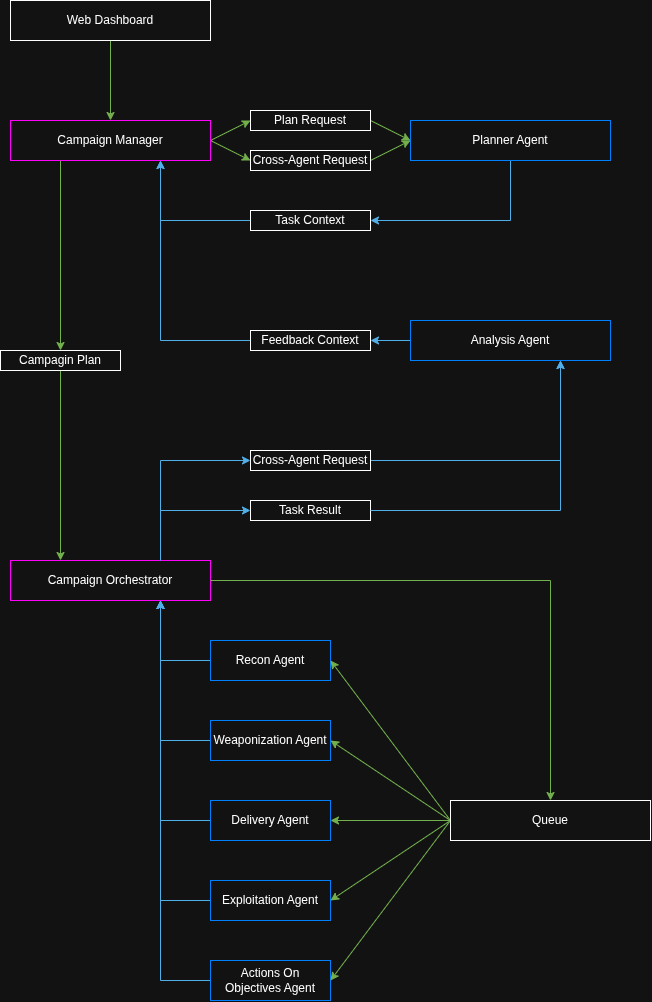
The draw.io diagram rsrc/main_workflow.png in therustymate/ARES, before a commit. Source tidied: cells renumbered, new cells last; positions are measured from the earlier drawing's top-left corner, leaving out a move shared by most shapes.
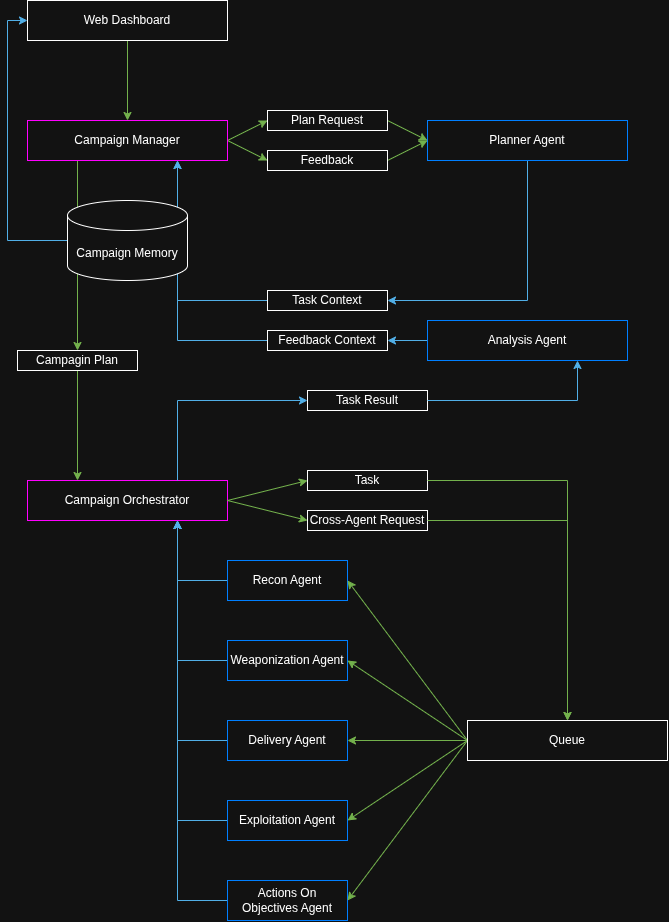
Later version of the same file.

What changed in the source:
```diff
@@ -29,7 +29,7 @@
     <mxCell id="10" style="rounded=0;jettySize=auto;html=1;exitX=1;exitY=0.5;exitDx=0;exitDy=0;entryX=0;entryY=0.5;entryDx=0;entryDy=0;fillColor=#60a917;strokeColor=#2D7600;" parent="1" edge="1" source="11" target="13">
       <mxGeometry relative="1" as="geometry" />
     </mxCell>
-    <mxCell id="11" value="Cross-Agent Request" style="rounded=0;whiteSpace=wrap;html=1;" parent="1" vertex="1">
+    <mxCell id="11" value="Feedback" style="rounded=0;whiteSpace=wrap;html=1;" parent="1" vertex="1">
       <mxGeometry x="250" y="150" width="120" height="20" as="geometry" />
     </mxCell>
     <mxCell id="12" style="edgeStyle=orthogonalEdgeStyle;rounded=0;jettySize=auto;html=1;exitX=0.5;exitY=1;exitDx=0;exitDy=0;entryX=1;entryY=0.5;entryDx=0;entryDy=0;fillColor=#1ba1e2;strokeColor=#006EAF;" parent="1" edge="1" source="13" target="15">
@@ -39,10 +39,10 @@
       <mxGeometry x="410" y="120" width="200" height="40" as="geometry" />
     </mxCell>
     <mxCell id="14" style="edgeStyle=orthogonalEdgeStyle;rounded=0;jettySize=auto;html=1;exitX=0;exitY=0.5;exitDx=0;exitDy=0;entryX=0.75;entryY=1;entryDx=0;entryDy=0;fillColor=#1ba1e2;strokeColor=#006EAF;" parent="1" edge="1" source="15" target="7">
-      <mxGeometry relative="1" as="geometry" />
+      <mxGeometry x="-0.47" relative="1" as="geometry" />
     </mxCell>
     <mxCell id="15" value="Task Context" style="rounded=0;whiteSpace=wrap;html=1;" parent="1" vertex="1">
-      <mxGeometry x="250" y="210" width="120" height="20" as="geometry" />
+      <mxGeometry x="250" y="290" width="120" height="20" as="geometry" />
     </mxCell>
     <mxCell id="16" style="edgeStyle=orthogonalEdgeStyle;rounded=0;jettySize=auto;html=1;exitX=0;exitY=0.5;exitDx=0;exitDy=0;entryX=1;entryY=0.5;entryDx=0;entryDy=0;fillColor=#1ba1e2;strokeColor=#006EAF;" parent="1" edge="1" source="17" target="19">
       <mxGeometry relative="1" as="geometry" />
@@ -51,46 +51,43 @@
       <mxGeometry x="410" y="320" width="200" height="40" as="geometry" />
     </mxCell>
     <mxCell id="18" style="edgeStyle=orthogonalEdgeStyle;rounded=0;jettySize=auto;html=1;exitX=0;exitY=0.5;exitDx=0;exitDy=0;entryX=0.75;entryY=1;entryDx=0;entryDy=0;fillColor=#1ba1e2;strokeColor=#006EAF;" parent="1" edge="1" source="19" target="7">
-      <mxGeometry relative="1" as="geometry" />
+      <mxGeometry x="-0.4" relative="1" as="geometry" />
     </mxCell>
     <mxCell id="19" value="Feedback Context" style="rounded=0;whiteSpace=wrap;html=1;" parent="1" vertex="1">
       <mxGeometry x="250" y="330" width="120" height="20" as="geometry" />
     </mxCell>
-    <mxCell id="20" style="edgeStyle=orthogonalEdgeStyle;rounded=0;jettySize=auto;html=1;exitX=0.75;exitY=0;exitDx=0;exitDy=0;entryX=0;entryY=0.5;entryDx=0;entryDy=0;fillColor=#1ba1e2;strokeColor=#006EAF;" parent="1" edge="1" source="21" target="40">
-      <mxGeometry relative="1" as="geometry" />
-    </mxCell>
     <mxCell id="21" value="Campaign Orchestrator" style="rounded=0;whiteSpace=wrap;html=1;strokeColor=light-dark(#000000,#FF00FF);fillColor=default;fontColor=default;" parent="1" vertex="1">
-      <mxGeometry x="10" y="560" width="200" height="40" as="geometry" />
+      <mxGeometry x="10" y="480" width="200" height="40" as="geometry" />
     </mxCell>
     <mxCell id="22" style="edgeStyle=orthogonalEdgeStyle;rounded=0;jettySize=auto;html=1;exitX=0;exitY=0.5;exitDx=0;exitDy=0;entryX=0.75;entryY=1;entryDx=0;entryDy=0;fillColor=#1ba1e2;strokeColor=#006EAF;" parent="1" edge="1" source="23" target="21">
       <mxGeometry relative="1" as="geometry" />
     </mxCell>
     <mxCell id="23" value="Recon Agent" style="rounded=0;whiteSpace=wrap;html=1;strokeColor=light-dark(#000000,#007FFF);fillColor=default;" parent="1" vertex="1">
-      <mxGeometry x="210" y="640" width="120" height="40" as="geometry" />
+      <mxGeometry x="210" y="560" width="120" height="40" as="geometry" />
     </mxCell>
     <mxCell id="24" style="edgeStyle=orthogonalEdgeStyle;rounded=0;jettySize=auto;html=1;exitX=0;exitY=0.5;exitDx=0;exitDy=0;entryX=0.75;entryY=1;entryDx=0;entryDy=0;fillColor=#1ba1e2;strokeColor=#006EAF;" parent="1" edge="1" source="25" target="21">
       <mxGeometry relative="1" as="geometry" />
     </mxCell>
     <mxCell id="25" value="Weaponization Agent" style="rounded=0;whiteSpace=wrap;html=1;strokeColor=light-dark(#000000,#007FFF);fillColor=default;" parent="1" vertex="1">
-      <mxGeometry x="210" y="720" width="120" height="40" as="geometry" />
+      <mxGeometry x="210" y="640" width="120" height="40" as="geometry" />
     </mxCell>
     <mxCell id="26" style="edgeStyle=orthogonalEdgeStyle;rounded=0;jettySize=auto;html=1;exitX=0;exitY=0.5;exitDx=0;exitDy=0;entryX=0.75;entryY=1;entryDx=0;entryDy=0;fillColor=#1ba1e2;strokeColor=#006EAF;" parent="1" edge="1" source="27" target="21">
       <mxGeometry relative="1" as="geometry" />
     </mxCell>
     <mxCell id="27" value="Delivery Agent" style="rounded=0;whiteSpace=wrap;html=1;strokeColor=light-dark(#000000,#007FFF);fillColor=default;" parent="1" vertex="1">
-      <mxGeometry x="210" y="800" width="120" height="40" as="geometry" />
+      <mxGeometry x="210" y="720" width="120" height="40" as="geometry" />
     </mxCell>
     <mxCell id="28" style="edgeStyle=orthogonalEdgeStyle;rounded=0;jettySize=auto;html=1;exitX=0;exitY=0.5;exitDx=0;exitDy=0;entryX=0.75;entryY=1;entryDx=0;entryDy=0;fillColor=#1ba1e2;strokeColor=#006EAF;" parent="1" edge="1" source="29" target="21">
       <mxGeometry relative="1" as="geometry" />
     </mxCell>
     <mxCell id="29" value="Exploitation Agent" style="rounded=0;whiteSpace=wrap;html=1;strokeColor=light-dark(#000000,#007FFF);fillColor=default;" parent="1" vertex="1">
-      <mxGeometry x="210" y="880" width="120" height="40" as="geometry" />
+      <mxGeometry x="210" y="800" width="120" height="40" as="geometry" />
     </mxCell>
     <mxCell id="30" style="edgeStyle=orthogonalEdgeStyle;rounded=0;jettySize=auto;html=1;exitX=0;exitY=0.5;exitDx=0;exitDy=0;entryX=0.75;entryY=1;entryDx=0;entryDy=0;fillColor=#1ba1e2;strokeColor=#006EAF;" parent="1" edge="1" source="31" target="21">
       <mxGeometry relative="1" as="geometry" />
     </mxCell>
     <mxCell id="31" value="Actions On Objectives Agent" style="rounded=0;whiteSpace=wrap;html=1;strokeColor=light-dark(#000000,#007FFF);fillColor=default;" parent="1" vertex="1">
-      <mxGeometry x="210" y="960" width="120" height="40" as="geometry" />
+      <mxGeometry x="210" y="880" width="120" height="40" as="geometry" />
     </mxCell>
     <mxCell id="32" style="rounded=0;jettySize=auto;html=1;exitX=0;exitY=0.5;exitDx=0;exitDy=0;entryX=1;entryY=0.5;entryDx=0;entryDy=0;fillColor=#60a917;strokeColor=#2D7600;" parent="1" edge="1" source="37" target="23">
       <mxGeometry relative="1" as="geometry" />
@@ -108,17 +105,11 @@
       <mxGeometry relative="1" as="geometry" />
     </mxCell>
     <mxCell id="37" value="Queue" style="rounded=0;whiteSpace=wrap;html=1;" parent="1" vertex="1">
-      <mxGeometry x="450" y="800" width="200" height="40" as="geometry" />
+      <mxGeometry x="450" y="720" width="200" height="40" as="geometry" />
     </mxCell>
-    <mxCell id="38" style="edgeStyle=orthogonalEdgeStyle;rounded=0;jettySize=auto;html=1;exitX=1;exitY=0.5;exitDx=0;exitDy=0;entryX=0.5;entryY=0;entryDx=0;entryDy=0;fillColor=#60a917;strokeColor=#2D7600;" parent="1" edge="1" source="21" target="37">
+    <mxCell id="38" style="rounded=0;jettySize=auto;html=1;exitX=1;exitY=0.5;exitDx=0;exitDy=0;entryX=0;entryY=0.5;entryDx=0;entryDy=0;fillColor=#60a917;strokeColor=#2D7600;" parent="1" edge="1" source="21" target="40">
       <mxGeometry relative="1" as="geometry" />
     </mxCell>
-    <mxCell id="39" style="edgeStyle=orthogonalEdgeStyle;rounded=0;jettySize=auto;html=1;exitX=1;exitY=0.5;exitDx=0;exitDy=0;entryX=0.75;entryY=1;entryDx=0;entryDy=0;fillColor=#1ba1e2;strokeColor=#006EAF;" parent="1" edge="1" source="40" target="17">
-      <mxGeometry relative="1" as="geometry" />
-    </mxCell>
-    <mxCell id="40" value="Cross-Agent Request" style="rounded=0;whiteSpace=wrap;html=1;" parent="1" vertex="1">
-      <mxGeometry x="250" y="450" width="120" height="20" as="geometry" />
-    </mxCell>
     <mxCell id="41" style="edgeStyle=orthogonalEdgeStyle;rounded=0;jettySize=auto;html=1;exitX=0.5;exitY=1;exitDx=0;exitDy=0;entryX=0.25;entryY=0;entryDx=0;entryDy=0;fillColor=#60a917;strokeColor=#2D7600;" parent="1" edge="1" source="42" target="21">
       <mxGeometry relative="1" as="geometry" />
     </mxCell>
@@ -129,10 +120,31 @@
       <mxGeometry relative="1" as="geometry" />
     </mxCell>
     <mxCell id="44" value="Task Result" style="rounded=0;whiteSpace=wrap;html=1;" parent="1" vertex="1">
-      <mxGeometry x="250" y="500" width="120" height="20" as="geometry" />
+      <mxGeometry x="290" y="390" width="120" height="20" as="geometry" />
     </mxCell>
     <mxCell id="45" style="edgeStyle=orthogonalEdgeStyle;rounded=0;jettySize=auto;html=1;exitX=1;exitY=0.5;exitDx=0;exitDy=0;entryX=0.75;entryY=1;entryDx=0;entryDy=0;fillColor=#1ba1e2;strokeColor=#006EAF;" parent="1" edge="1" source="44" target="17">
       <mxGeometry x="-0.85" relative="1" as="geometry" />
     </mxCell>
+    <mxCell id="40" value="Cross-Agent Request" style="rounded=0;whiteSpace=wrap;html=1;" parent="1" vertex="1">
+      <mxGeometry x="290" y="510" width="120" height="20" as="geometry" />
+    </mxCell>
+    <mxCell id="46" value="Task" style="rounded=0;whiteSpace=wrap;html=1;" parent="1" vertex="1">
+      <mxGeometry x="290" y="470" width="120" height="20" as="geometry" />
+    </mxCell>
+    <mxCell id="47" style="edgeStyle=orthogonalEdgeStyle;rounded=0;jettySize=auto;html=1;exitX=1;exitY=0.5;exitDx=0;exitDy=0;entryX=0.5;entryY=0;entryDx=0;entryDy=0;fillColor=#60a917;strokeColor=#2D7600;" parent="1" edge="1" source="46" target="37">
+      <mxGeometry x="0.34" relative="1" as="geometry" />
+    </mxCell>
+    <mxCell id="48" style="edgeStyle=orthogonalEdgeStyle;rounded=0;jettySize=auto;html=1;exitX=1;exitY=0.5;exitDx=0;exitDy=0;fillColor=#60a917;strokeColor=#2D7600;" parent="1" edge="1" source="40" target="37">
+      <mxGeometry x="0.32" relative="1" as="geometry" />
+    </mxCell>
+    <mxCell id="49" style="rounded=0;jettySize=auto;html=1;exitX=1;exitY=0.5;exitDx=0;exitDy=0;entryX=0;entryY=0.5;entryDx=0;entryDy=0;fillColor=#60a917;strokeColor=#2D7600;" parent="1" edge="1" source="21" target="46">
+      <mxGeometry relative="1" as="geometry" />
+    </mxCell>
+    <mxCell id="50" style="edgeStyle=orthogonalEdgeStyle;rounded=0;jettySize=auto;html=1;exitX=0;exitY=0.5;exitDx=0;exitDy=0;exitPerimeter=0;entryX=0;entryY=0.5;entryDx=0;entryDy=0;fillColor=#1ba1e2;strokeColor=#006EAF;" parent="1" edge="1" source="51" target="3">
+      <mxGeometry relative="1" as="geometry" />
+    </mxCell>
+    <mxCell id="51" value="Campaign Memory" style="shape=cylinder3;whiteSpace=wrap;html=1;boundedLbl=1;backgroundOutline=1;size=15;" parent="1" vertex="1">
+      <mxGeometry x="50" y="200" width="120" height="80" as="geometry" />
+    </mxCell>
   </root>
 </mxGraphModel>
```
